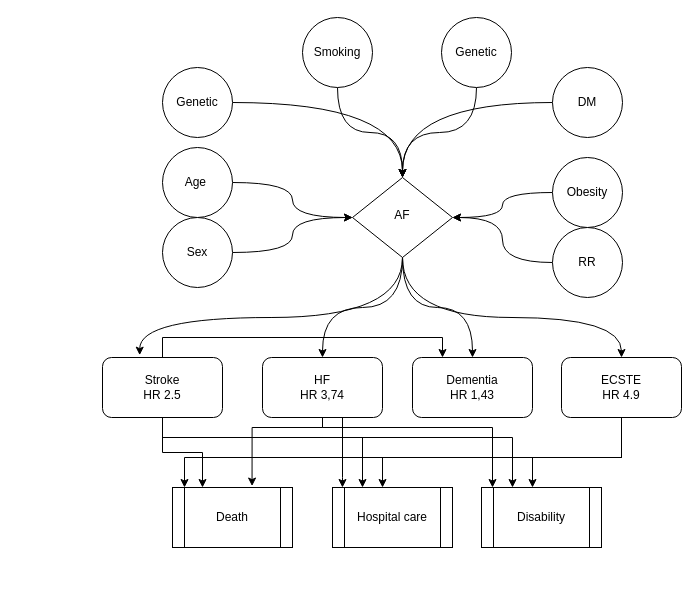
This is group_assigment/af.drawio from kostadinoff/SMU_seminar_in_economic-_evaluation_in_Healthcare, a draw.io file, before an edit. Source tidied: cells renumbered, new cells numbered last; positions are measured from the earlier drawing's top-left corner, leaving out a move shared by most shapes. Both pictures are drawn from the tidied source at 100%, with x=0, y=0 at pixel (102, 17).
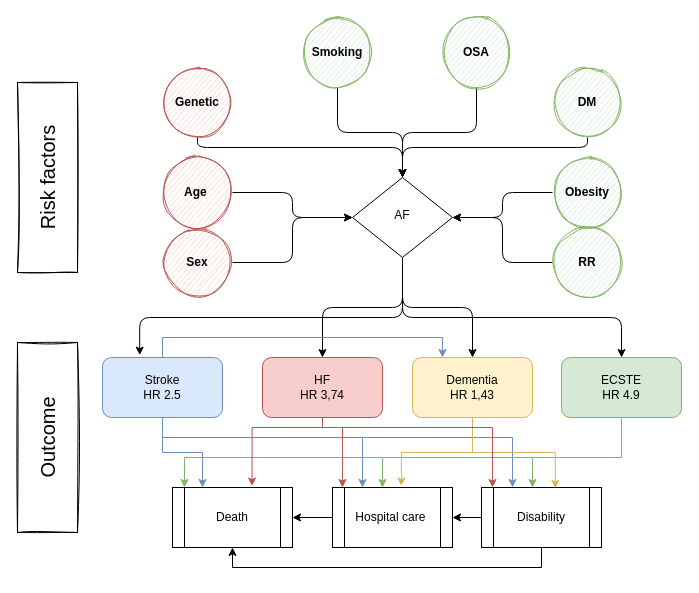
Above is the later version.

The change refers to these unchanged cells:
```xml
<mxCell id="6" value="AF" style="rhombus;whiteSpace=wrap;html=1;shadow=0;fontFamily=Helvetica;fontSize=12;align=center;strokeWidth=1;spacing=6;spacingTop=-4;" parent="1" vertex="1">
  <mxGeometry x="250" y="160" width="100" height="80" as="geometry" />
</mxCell>
<mxCell id="32" value="Death" style="shape=process;whiteSpace=wrap;html=1;backgroundOutline=1;" parent="1" vertex="1">
  <mxGeometry x="70" y="470" width="120" height="60" as="geometry" />
</mxCell>
<mxCell id="33" value="Disability" style="shape=process;whiteSpace=wrap;html=1;backgroundOutline=1;" parent="1" vertex="1">
  <mxGeometry x="379" y="470" width="120" height="60" as="geometry" />
</mxCell>
```

The edit, as a diff of the source:
```diff
@@
-    <mxCell id="2" style="edgeStyle=orthogonalEdgeStyle;jettySize=auto;html=1;entryX=0.31;entryY=-0.039;entryDx=0;entryDy=0;entryPerimeter=0;curved=1;" parent="1" edge="1" source="6" target="27">
+    <mxCell id="2" style="edgeStyle=orthogonalEdgeStyle;jettySize=auto;html=1;entryX=0.31;entryY=-0.039;entryDx=0;entryDy=0;entryPerimeter=0;rounded=1;" parent="1" edge="1" source="6" target="27">
       <mxGeometry relative="1" as="geometry">
         <Array as="points">
           <mxPoint x="300" y="300" />
           <mxPoint x="37" y="300" />
         </Array>
       </mxGeometry>
     </mxCell>
-    <mxCell id="3" style="edgeStyle=orthogonalEdgeStyle;curved=1;jettySize=auto;html=1;entryX=0.5;entryY=0;entryDx=0;entryDy=0;" parent="1" edge="1" source="6" target="38">
+    <mxCell id="3" style="edgeStyle=orthogonalEdgeStyle;jettySize=auto;html=1;entryX=0.5;entryY=0;entryDx=0;entryDy=0;rounded=1;" parent="1" edge="1" source="6" target="38">
       <mxGeometry relative="1" as="geometry" />
     </mxCell>
-    <mxCell id="4" style="edgeStyle=orthogonalEdgeStyle;curved=1;jettySize=auto;html=1;entryX=0.5;entryY=0;entryDx=0;entryDy=0;" parent="1" edge="1" source="6" target="34">
+    <mxCell id="4" style="edgeStyle=orthogonalEdgeStyle;jettySize=auto;html=1;entryX=0.5;entryY=0;entryDx=0;entryDy=0;rounded=1;" parent="1" edge="1" source="6" target="34">
       <mxGeometry relative="1" as="geometry" />
     </mxCell>
-    <mxCell id="5" style="edgeStyle=orthogonalEdgeStyle;curved=1;jettySize=auto;html=1;" parent="1" edge="1" source="6" target="31">
+    <mxCell id="5" style="edgeStyle=orthogonalEdgeStyle;jettySize=auto;html=1;rounded=1;" parent="1" edge="1" source="6" target="31">
       <mxGeometry relative="1" as="geometry">
         <Array as="points">
           <mxPoint x="300" y="300" />
           <mxPoint x="519" y="300" />
         </Array>
       </mxGeometry>
     </mxCell>
@@
-    <mxCell id="7" style="edgeStyle=orthogonalEdgeStyle;jettySize=auto;html=1;curved=1;" parent="1" edge="1" source="8" target="6">
-      <mxGeometry relative="1" as="geometry" />
+    <mxCell id="7" style="edgeStyle=orthogonalEdgeStyle;jettySize=auto;html=1;rounded=1;" parent="1" edge="1" source="8" target="6">
+      <mxGeometry relative="1" as="geometry">
+        <Array as="points">
+          <mxPoint x="95" y="130" />
+          <mxPoint x="300" y="130" />
+        </Array>
+      </mxGeometry>
     </mxCell>
-    <mxCell id="8" value="Genetic" style="ellipse;whiteSpace=wrap;html=1;" parent="1" vertex="1">
+    <mxCell id="8" value="&lt;b&gt;Genetic&lt;/b&gt;" style="ellipse;whiteSpace=wrap;html=1;fillColor=#f8cecc;strokeColor=#b85450;sketch=1;" parent="1" vertex="1">
       <mxGeometry x="60" y="50" width="70" height="70" as="geometry" />
     </mxCell>
-    <mxCell id="9" style="edgeStyle=orthogonalEdgeStyle;curved=1;jettySize=auto;html=1;" parent="1" edge="1" source="10" target="6">
+    <mxCell id="9" style="edgeStyle=orthogonalEdgeStyle;jettySize=auto;html=1;rounded=1;" parent="1" edge="1" source="10" target="6">
       <mxGeometry relative="1" as="geometry" />
     </mxCell>
-    <mxCell id="10" value="Age&amp;nbsp;" style="ellipse;whiteSpace=wrap;html=1;" parent="1" vertex="1">
-      <mxGeometry x="60" y="130" width="70" height="70" as="geometry" />
+    <mxCell id="10" value="&lt;b&gt;Age&amp;nbsp;&lt;/b&gt;" style="ellipse;whiteSpace=wrap;html=1;fillColor=#f8cecc;strokeColor=#b85450;sketch=1;" parent="1" vertex="1">
+      <mxGeometry x="60" y="140" width="70" height="70" as="geometry" />
     </mxCell>
-    <mxCell id="11" style="edgeStyle=orthogonalEdgeStyle;curved=1;jettySize=auto;html=1;entryX=0;entryY=0.5;entryDx=0;entryDy=0;" parent="1" edge="1" source="12" target="6">
+    <mxCell id="11" style="edgeStyle=orthogonalEdgeStyle;jettySize=auto;html=1;entryX=0;entryY=0.5;entryDx=0;entryDy=0;rounded=1;" parent="1" edge="1" source="12" target="6">
       <mxGeometry relative="1" as="geometry" />
     </mxCell>
-    <mxCell id="12" value="Sex" style="ellipse;whiteSpace=wrap;html=1;" parent="1" vertex="1">
-      <mxGeometry x="60" y="200" width="70" height="70" as="geometry" />
+    <mxCell id="12" value="&lt;b&gt;Sex&lt;/b&gt;" style="ellipse;whiteSpace=wrap;html=1;fillColor=#f8cecc;strokeColor=#b85450;sketch=1;" parent="1" vertex="1">
+      <mxGeometry x="60" y="210" width="70" height="70" as="geometry" />
     </mxCell>
-    <mxCell id="13" style="edgeStyle=orthogonalEdgeStyle;curved=1;jettySize=auto;html=1;entryX=0.5;entryY=0;entryDx=0;entryDy=0;" parent="1" edge="1" source="14" target="6">
-      <mxGeometry relative="1" as="geometry" />
+    <mxCell id="13" style="edgeStyle=orthogonalEdgeStyle;jettySize=auto;html=1;entryX=0.5;entryY=0;entryDx=0;entryDy=0;rounded=1;" parent="1" edge="1" source="14" target="6">
+      <mxGeometry relative="1" as="geometry">
+        <Array as="points">
+          <mxPoint x="485" y="130" />
+          <mxPoint x="300" y="130" />
+        </Array>
+      </mxGeometry>
     </mxCell>
-    <mxCell id="14" value="DM" style="ellipse;whiteSpace=wrap;html=1;" parent="1" vertex="1">
+    <mxCell id="14" value="&lt;b&gt;DM&lt;/b&gt;" style="ellipse;whiteSpace=wrap;html=1;fillColor=#d5e8d4;strokeColor=#82b366;gradientColor=none;shadow=0;sketch=1;" parent="1" vertex="1">
       <mxGeometry x="450" y="50" width="70" height="70" as="geometry" />
     </mxCell>
-    <mxCell id="15" style="edgeStyle=orthogonalEdgeStyle;curved=1;jettySize=auto;html=1;" parent="1" edge="1" source="16" target="6">
+    <mxCell id="15" style="edgeStyle=orthogonalEdgeStyle;jettySize=auto;html=1;rounded=1;" parent="1" edge="1" source="16" target="6">
       <mxGeometry relative="1" as="geometry" />
     </mxCell>
-    <mxCell id="16" value="Obesity" style="ellipse;whiteSpace=wrap;html=1;" parent="1" vertex="1">
+    <mxCell id="16" value="&lt;b&gt;Obesity&lt;/b&gt;" style="ellipse;whiteSpace=wrap;html=1;fillColor=#d5e8d4;strokeColor=#82b366;gradientColor=none;shadow=0;sketch=1;" parent="1" vertex="1">
       <mxGeometry x="450" y="140" width="70" height="70" as="geometry" />
     </mxCell>
-    <mxCell id="17" style="edgeStyle=orthogonalEdgeStyle;curved=1;jettySize=auto;html=1;entryX=1;entryY=0.5;entryDx=0;entryDy=0;" parent="1" edge="1" source="18" target="6">
+    <mxCell id="17" style="edgeStyle=orthogonalEdgeStyle;jettySize=auto;html=1;entryX=1;entryY=0.5;entryDx=0;entryDy=0;rounded=1;" parent="1" edge="1" source="18" target="6">
       <mxGeometry relative="1" as="geometry" />
     </mxCell>
-    <mxCell id="18" value="RR" style="ellipse;whiteSpace=wrap;html=1;" parent="1" vertex="1">
+    <mxCell id="18" value="&lt;b&gt;RR&lt;/b&gt;" style="ellipse;whiteSpace=wrap;html=1;fillColor=#d5e8d4;strokeColor=#82b366;gradientColor=none;shadow=0;sketch=1;" parent="1" vertex="1">
       <mxGeometry x="450" y="210" width="70" height="70" as="geometry" />
     </mxCell>
-    <mxCell id="19" style="edgeStyle=orthogonalEdgeStyle;curved=1;jettySize=auto;html=1;" parent="1" edge="1" source="20" target="6">
+    <mxCell id="19" style="edgeStyle=orthogonalEdgeStyle;jettySize=auto;html=1;rounded=1;" parent="1" edge="1" source="20" target="6">
       <mxGeometry relative="1" as="geometry" />
     </mxCell>
-    <mxCell id="20" value="Smoking" style="ellipse;whiteSpace=wrap;html=1;" parent="1" vertex="1">
+    <mxCell id="20" value="&lt;b&gt;Smoking&lt;/b&gt;" style="ellipse;whiteSpace=wrap;html=1;fillColor=#d5e8d4;strokeColor=#82b366;gradientColor=none;shadow=0;sketch=1;" parent="1" vertex="1">
       <mxGeometry x="200" width="70" height="70" as="geometry" />
     </mxCell>
-    <mxCell id="21" style="edgeStyle=orthogonalEdgeStyle;curved=1;jettySize=auto;html=1;entryX=0.5;entryY=0;entryDx=0;entryDy=0;" parent="1" edge="1" source="22" target="6">
+    <mxCell id="21" style="edgeStyle=orthogonalEdgeStyle;jettySize=auto;html=1;entryX=0.5;entryY=0;entryDx=0;entryDy=0;rounded=1;" parent="1" edge="1" source="22" target="6">
       <mxGeometry relative="1" as="geometry" />
     </mxCell>
-    <mxCell id="22" value="Genetic" style="ellipse;whiteSpace=wrap;html=1;" parent="1" vertex="1">
+    <mxCell id="22" value="&lt;b&gt;OSA&lt;/b&gt;" style="ellipse;whiteSpace=wrap;html=1;fillColor=#d5e8d4;strokeColor=#82b366;gradientColor=none;shadow=0;sketch=1;" parent="1" vertex="1">
       <mxGeometry x="339" width="70" height="70" as="geometry" />
     </mxCell>
-    <mxCell id="23" style="edgeStyle=orthogonalEdgeStyle;rounded=0;jettySize=auto;html=1;entryX=0.25;entryY=0;entryDx=0;entryDy=0;" parent="1" edge="1" source="27" target="32">
+    <mxCell id="23" style="edgeStyle=orthogonalEdgeStyle;rounded=0;jettySize=auto;html=1;entryX=0.25;entryY=0;entryDx=0;entryDy=0;fillColor=#dae8fc;strokeColor=#6c8ebf;" parent="1" edge="1" source="27" target="32">
       <mxGeometry relative="1" as="geometry" />
     </mxCell>
-    <mxCell id="24" style="edgeStyle=orthogonalEdgeStyle;rounded=0;jettySize=auto;html=1;" parent="1" edge="1" source="27" target="39">
+    <mxCell id="24" style="edgeStyle=orthogonalEdgeStyle;rounded=0;jettySize=auto;html=1;fillColor=#dae8fc;strokeColor=#6c8ebf;" parent="1" edge="1" source="27" target="39">
       <mxGeometry relative="1" as="geometry">
         <Array as="points">
           <mxPoint x="60" y="420" />
           <mxPoint x="260" y="420" />
         </Array>
       </mxGeometry>
     </mxCell>
-    <mxCell id="25" style="edgeStyle=orthogonalEdgeStyle;rounded=0;jettySize=auto;html=1;" parent="1" edge="1" source="27" target="33">
+    <mxCell id="25" style="edgeStyle=orthogonalEdgeStyle;rounded=0;jettySize=auto;html=1;fillColor=#dae8fc;strokeColor=#6c8ebf;" parent="1" edge="1" source="27" target="33">
       <mxGeometry relative="1" as="geometry">
         <Array as="points">
           <mxPoint x="60" y="420" />
           <mxPoint x="410" y="420" />
         </Array>
       </mxGeometry>
     </mxCell>
-    <mxCell id="26" style="edgeStyle=orthogonalEdgeStyle;rounded=0;jettySize=auto;html=1;" parent="1" edge="1" source="27" target="34">
+    <mxCell id="26" style="edgeStyle=orthogonalEdgeStyle;rounded=0;jettySize=auto;html=1;fillColor=#dae8fc;strokeColor=#6c8ebf;" parent="1" edge="1" source="27" target="34">
       <mxGeometry relative="1" as="geometry">
         <Array as="points">
           <mxPoint x="60" y="320" />
           <mxPoint x="340" y="320" />
         </Array>
       </mxGeometry>
     </mxCell>
-    <mxCell id="27" value="Stroke&lt;br&gt;HR 2.5" style="rounded=1;whiteSpace=wrap;html=1;" parent="1" vertex="1">
+    <mxCell id="27" value="Stroke&lt;br&gt;HR 2.5" style="rounded=1;whiteSpace=wrap;html=1;fillColor=#dae8fc;strokeColor=#6c8ebf;" parent="1" vertex="1">
       <mxGeometry y="340" width="120" height="60" as="geometry" />
     </mxCell>
-    <mxCell id="28" style="edgeStyle=orthogonalEdgeStyle;rounded=0;jettySize=auto;html=1;" parent="1" edge="1" source="31">
+    <mxCell id="28" style="edgeStyle=orthogonalEdgeStyle;rounded=0;jettySize=auto;html=1;fillColor=#d5e8d4;strokeColor=#82b366;" parent="1" edge="1" source="31">
       <mxGeometry relative="1" as="geometry">
         <mxPoint x="430" y="470" as="targetPoint" />
         <Array as="points">
           <mxPoint x="519" y="440" />
           <mxPoint x="430" y="440" />
         </Array>
       </mxGeometry>
     </mxCell>
-    <mxCell id="29" style="edgeStyle=orthogonalEdgeStyle;rounded=0;jettySize=auto;html=1;entryX=0.417;entryY=0;entryDx=0;entryDy=0;entryPerimeter=0;" parent="1" edge="1" source="31" target="39">
+    <mxCell id="29" style="edgeStyle=orthogonalEdgeStyle;rounded=0;jettySize=auto;html=1;entryX=0.417;entryY=0;entryDx=0;entryDy=0;entryPerimeter=0;fillColor=#d5e8d4;strokeColor=#82b366;" parent="1" edge="1" source="31" target="39">
       <mxGeometry relative="1" as="geometry">
         <Array as="points">
           <mxPoint x="519" y="440" />
           <mxPoint x="280" y="440" />
         </Array>
       </mxGeometry>
     </mxCell>
-    <mxCell id="30" style="edgeStyle=orthogonalEdgeStyle;rounded=0;jettySize=auto;html=1;" parent="1" edge="1" source="31">
+    <mxCell id="30" style="edgeStyle=orthogonalEdgeStyle;rounded=0;jettySize=auto;html=1;fillColor=#d5e8d4;strokeColor=#82b366;" parent="1" edge="1" source="31">
       <mxGeometry relative="1" as="geometry">
         <mxPoint x="82" y="470" as="targetPoint" />
         <Array as="points">
           <mxPoint x="519" y="440" />
           <mxPoint x="82" y="440" />
         </Array>
       </mxGeometry>
     </mxCell>
-    <mxCell id="31" value="ECSTE&lt;br&gt;HR 4.9" style="rounded=1;whiteSpace=wrap;html=1;" parent="1" vertex="1">
+    <mxCell id="31" value="ECSTE&lt;br&gt;HR 4.9" style="rounded=1;whiteSpace=wrap;html=1;fillColor=#d5e8d4;strokeColor=#82b366;" parent="1" vertex="1">
       <mxGeometry x="459" y="340" width="120" height="60" as="geometry" />
     </mxCell>
@@
+    <mxCell id="40" style="edgeStyle=orthogonalEdgeStyle;rounded=0;jettySize=auto;html=1;" parent="1" edge="1" source="33" target="39">
+      <mxGeometry relative="1" as="geometry" />
+    </mxCell>
+    <mxCell id="41" style="edgeStyle=orthogonalEdgeStyle;rounded=0;jettySize=auto;html=1;entryX=0.5;entryY=1;entryDx=0;entryDy=0;" parent="1" edge="1" source="33" target="32">
+      <mxGeometry relative="1" as="geometry">
+        <Array as="points">
+          <mxPoint x="439" y="550" />
+          <mxPoint x="130" y="550" />
+        </Array>
+      </mxGeometry>
+    </mxCell>
@@
+    <mxCell id="42" style="edgeStyle=orthogonalEdgeStyle;rounded=0;jettySize=auto;html=1;entryX=0.574;entryY=-0.025;entryDx=0;entryDy=0;entryPerimeter=0;fillColor=#fff2cc;strokeColor=#d6b656;" parent="1" edge="1" source="34" target="39">
+      <mxGeometry relative="1" as="geometry" />
+    </mxCell>
+    <mxCell id="43" style="edgeStyle=orthogonalEdgeStyle;rounded=0;jettySize=auto;html=1;entryX=0.615;entryY=0.014;entryDx=0;entryDy=0;entryPerimeter=0;fillColor=#fff2cc;strokeColor=#d6b656;" parent="1" edge="1" source="34" target="33">
+      <mxGeometry relative="1" as="geometry" />
+    </mxCell>
-    <mxCell id="34" value="Dementia&lt;br&gt;HR 1,43" style="rounded=1;whiteSpace=wrap;html=1;" parent="1" vertex="1">
+    <mxCell id="34" value="Dementia&lt;br&gt;HR 1,43" style="rounded=1;whiteSpace=wrap;html=1;fillColor=#fff2cc;strokeColor=#d6b656;" parent="1" vertex="1">
       <mxGeometry x="310" y="340" width="120" height="60" as="geometry" />
     </mxCell>
-    <mxCell id="35" style="edgeStyle=orthogonalEdgeStyle;rounded=0;jettySize=auto;html=1;entryX=0.663;entryY=-0.024;entryDx=0;entryDy=0;entryPerimeter=0;" parent="1" edge="1" source="38" target="32">
+    <mxCell id="35" style="edgeStyle=orthogonalEdgeStyle;rounded=0;jettySize=auto;html=1;entryX=0.663;entryY=-0.024;entryDx=0;entryDy=0;entryPerimeter=0;fillColor=#f8cecc;strokeColor=#b85450;" parent="1" edge="1" source="38" target="32">
       <mxGeometry relative="1" as="geometry">
         <Array as="points">
           <mxPoint x="220" y="410" />
           <mxPoint x="150" y="410" />
           <mxPoint x="150" y="469" />
         </Array>
       </mxGeometry>
     </mxCell>
-    <mxCell id="36" style="edgeStyle=orthogonalEdgeStyle;rounded=0;jettySize=auto;html=1;entryX=0.083;entryY=0;entryDx=0;entryDy=0;entryPerimeter=0;" parent="1" edge="1" source="38" target="39">
+    <mxCell id="36" style="edgeStyle=orthogonalEdgeStyle;rounded=0;jettySize=auto;html=1;entryX=0.083;entryY=0;entryDx=0;entryDy=0;entryPerimeter=0;exitX=0.5;exitY=1;exitDx=0;exitDy=0;fillColor=#f8cecc;strokeColor=#b85450;" parent="1" edge="1" source="38" target="39">
       <mxGeometry relative="1" as="geometry">
         <Array as="points">
-          <mxPoint x="240" y="460" />
-          <mxPoint x="240" y="460" />
+          <mxPoint x="220" y="410" />
+          <mxPoint x="240" y="410" />
         </Array>
       </mxGeometry>
     </mxCell>
-    <mxCell id="37" style="edgeStyle=orthogonalEdgeStyle;rounded=0;jettySize=auto;html=1;" parent="1" edge="1" source="38">
+    <mxCell id="37" style="edgeStyle=orthogonalEdgeStyle;rounded=0;jettySize=auto;html=1;fillColor=#f8cecc;strokeColor=#b85450;" parent="1" edge="1" source="38">
       <mxGeometry relative="1" as="geometry">
         <mxPoint x="390" y="470" as="targetPoint" />
         <Array as="points">
           <mxPoint x="220" y="410" />
           <mxPoint x="390" y="410" />
         </Array>
       </mxGeometry>
     </mxCell>
-    <mxCell id="38" value="HF&lt;br&gt;HR 3,74" style="rounded=1;whiteSpace=wrap;html=1;" parent="1" vertex="1">
+    <mxCell id="38" value="HF&lt;br&gt;HR 3,74" style="rounded=1;whiteSpace=wrap;html=1;fillColor=#f8cecc;strokeColor=#b85450;" parent="1" vertex="1">
       <mxGeometry x="160" y="340" width="120" height="60" as="geometry" />
     </mxCell>
+    <mxCell id="44" style="edgeStyle=orthogonalEdgeStyle;rounded=0;jettySize=auto;html=1;entryX=1;entryY=0.5;entryDx=0;entryDy=0;" parent="1" edge="1" source="39" target="32">
+      <mxGeometry relative="1" as="geometry" />
+    </mxCell>
-    <mxCell id="39" value="Hospital care" style="shape=process;whiteSpace=wrap;html=1;backgroundOutline=1;" parent="1" vertex="1">
+    <mxCell id="39" value="Hospital care&amp;nbsp;" style="shape=process;whiteSpace=wrap;html=1;backgroundOutline=1;" parent="1" vertex="1">
       <mxGeometry x="230" y="470" width="120" height="60" as="geometry" />
     </mxCell>
+    <mxCell id="45" value="&lt;font style=&quot;font-size: 20px;&quot;&gt;Risk factors&lt;/font&gt;" style="rounded=0;whiteSpace=wrap;html=1;shadow=0;sketch=1;gradientColor=none;rotation=-90;" parent="1" vertex="1">
+      <mxGeometry x="-150" y="130" width="190" height="60" as="geometry" />
+    </mxCell>
+    <mxCell id="46" value="&lt;font style=&quot;font-size: 20px;&quot;&gt;Outcome&lt;br&gt;&lt;/font&gt;" style="rounded=0;whiteSpace=wrap;html=1;shadow=0;sketch=1;gradientColor=none;rotation=-90;" parent="1" vertex="1">
+      <mxGeometry x="-150" y="390" width="190" height="60" as="geometry" />
+    </mxCell>
```
